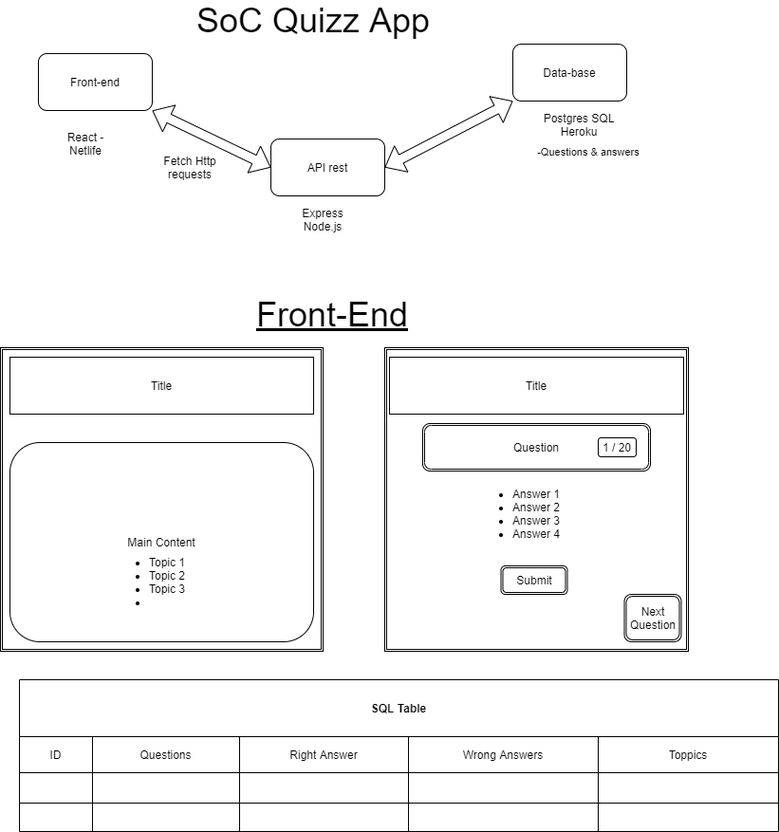
SchoolOfCode/national-project-week-repo-2-the-room-23 keeps this draw.io diagram as Quizz-diagram.drawio.png. Above is the earlier version. Source tidied: cells renumbered, new cells last; positions are measured from the earlier drawing's top-left corner, leaving out a move shared by most shapes. Its diagram source:
```xml
<mxGraphModel>
  <root>
    <mxCell id="0" />
    <mxCell id="1" parent="0" />
    <mxCell id="2" style="rounded=1;whiteSpace=wrap;html=1;" parent="1" vertex="1">
      <mxGeometry x="420" y="560" width="120" height="60" as="geometry" />
    </mxCell>
    <mxCell id="3" style="rounded=1;whiteSpace=wrap;html=1;" parent="1" vertex="1">
      <mxGeometry x="10" y="440" width="320" height="230" as="geometry" />
    </mxCell>
    <mxCell id="4" value="Front-end" style="rounded=1;whiteSpace=wrap;html=1;" parent="1" vertex="1">
      <mxGeometry x="40" y="50" width="120" height="60" as="geometry" />
    </mxCell>
    <mxCell id="5" value="API rest" style="rounded=1;whiteSpace=wrap;html=1;" parent="1" vertex="1">
      <mxGeometry x="285" y="140" width="120" height="60" as="geometry" />
    </mxCell>
    <mxCell id="6" value="Data-base" style="rounded=1;whiteSpace=wrap;html=1;" parent="1" vertex="1">
      <mxGeometry x="540" y="40" width="120" height="60" as="geometry" />
    </mxCell>
    <mxCell id="7" style="shape=flexArrow;endArrow=classic;startArrow=classic;html=1;entryX=0;entryY=0.5;entryDx=0;entryDy=0;exitX=1;exitY=1;exitDx=0;exitDy=0;" parent="1" edge="1" source="4" target="5">
      <mxGeometry relative="1" as="geometry" />
    </mxCell>
    <mxCell id="8" style="shape=flexArrow;endArrow=classic;startArrow=classic;html=1;entryX=0;entryY=1;entryDx=0;entryDy=0;" parent="1" edge="1" target="6">
      <mxGeometry relative="1" as="geometry">
        <mxPoint x="405" y="170" as="sourcePoint" />
      </mxGeometry>
    </mxCell>
    <mxCell id="9" value="&lt;font style=&quot;font-size: 36px&quot;&gt;SoC Quizz App&lt;/font&gt;" style="text;html=1;strokeColor=none;fillColor=none;align=center;verticalAlign=middle;whiteSpace=wrap;rounded=0;" parent="1" vertex="1">
      <mxGeometry x="110" width="440" height="30" as="geometry" />
    </mxCell>
    <mxCell id="10" value="&lt;font style=&quot;font-size: 11px&quot;&gt;-Questions &amp;amp; answers&lt;/font&gt;" style="text;html=1;strokeColor=none;fillColor=none;align=center;verticalAlign=middle;whiteSpace=wrap;rounded=0;fontSize=36;" parent="1" vertex="1">
      <mxGeometry x="550" y="130" width="140" height="30" as="geometry" />
    </mxCell>
    <mxCell id="11" value="SQL Table" style="shape=table;startSize=60;fontStyle=1;align=center;" parent="1" vertex="1">
      <mxGeometry x="20" y="710" width="800" height="160" as="geometry" />
    </mxCell>
    <mxCell id="12" style="shape=partialRectangle;html=1;whiteSpace=wrap;fillColor=none;top=0;left=0;bottom=0;right=0;" parent="11" vertex="1">
      <mxGeometry y="60" width="800" height="38" as="geometry" />
    </mxCell>
    <mxCell id="13" value="ID" style="shape=partialRectangle;html=1;whiteSpace=wrap;fillColor=none;top=0;left=0;bottom=0;right=0;overflow=hidden;" parent="12" vertex="1">
      <mxGeometry width="77" height="38" as="geometry" />
    </mxCell>
    <mxCell id="14" value="Questions" style="shape=partialRectangle;html=1;whiteSpace=wrap;fillColor=none;top=0;left=0;bottom=0;right=0;overflow=hidden;" parent="12" vertex="1">
      <mxGeometry x="77" width="155" height="38" as="geometry" />
    </mxCell>
    <mxCell id="15" value="Right Answer" style="shape=partialRectangle;html=1;whiteSpace=wrap;fillColor=none;top=0;left=0;bottom=0;right=0;overflow=hidden;" parent="12" vertex="1">
      <mxGeometry x="232" width="178" height="38" as="geometry" />
    </mxCell>
    <mxCell id="16" value="Wrong Answers" style="shape=partialRectangle;html=1;whiteSpace=wrap;fillColor=none;top=0;left=0;bottom=0;right=0;overflow=hidden;" parent="12" vertex="1">
      <mxGeometry x="410" width="200" height="38" as="geometry" />
    </mxCell>
    <mxCell id="17" value="Toppics" style="shape=partialRectangle;html=1;whiteSpace=wrap;fillColor=none;top=0;left=0;bottom=0;right=0;overflow=hidden;" parent="12" vertex="1">
      <mxGeometry x="610" width="190" height="38" as="geometry" />
    </mxCell>
    <mxCell id="18" style="shape=partialRectangle;html=1;whiteSpace=wrap;fillColor=none;top=0;left=0;bottom=0;right=0;" parent="11" vertex="1">
      <mxGeometry y="98" width="800" height="32" as="geometry" />
    </mxCell>
    <mxCell id="19" style="shape=partialRectangle;html=1;whiteSpace=wrap;fillColor=none;top=0;left=0;bottom=0;right=0;overflow=hidden;" parent="18" vertex="1">
      <mxGeometry width="77" height="32" as="geometry" />
    </mxCell>
    <mxCell id="20" style="shape=partialRectangle;html=1;whiteSpace=wrap;fillColor=none;top=0;left=0;bottom=0;right=0;overflow=hidden;" parent="18" vertex="1">
      <mxGeometry x="77" width="155" height="32" as="geometry" />
    </mxCell>
    <mxCell id="21" style="shape=partialRectangle;html=1;whiteSpace=wrap;fillColor=none;top=0;left=0;bottom=0;right=0;overflow=hidden;" parent="18" vertex="1">
      <mxGeometry x="232" width="178" height="32" as="geometry" />
    </mxCell>
    <mxCell id="22" style="shape=partialRectangle;html=1;whiteSpace=wrap;fillColor=none;top=0;left=0;bottom=0;right=0;overflow=hidden;" parent="18" vertex="1">
      <mxGeometry x="410" width="200" height="32" as="geometry" />
    </mxCell>
    <mxCell id="23" style="shape=partialRectangle;html=1;whiteSpace=wrap;fillColor=none;top=0;left=0;bottom=0;right=0;overflow=hidden;" parent="18" vertex="1">
      <mxGeometry x="610" width="190" height="32" as="geometry" />
    </mxCell>
    <mxCell id="24" style="shape=partialRectangle;html=1;whiteSpace=wrap;fillColor=none;top=0;left=0;bottom=0;right=0;" parent="11" vertex="1">
      <mxGeometry y="130" width="800" height="30" as="geometry" />
    </mxCell>
    <mxCell id="25" style="shape=partialRectangle;html=1;whiteSpace=wrap;fillColor=none;top=0;left=0;bottom=0;right=0;overflow=hidden;" parent="24" vertex="1">
      <mxGeometry width="77" height="30" as="geometry" />
    </mxCell>
    <mxCell id="26" style="shape=partialRectangle;html=1;whiteSpace=wrap;fillColor=none;top=0;left=0;bottom=0;right=0;overflow=hidden;" parent="24" vertex="1">
      <mxGeometry x="77" width="155" height="30" as="geometry" />
    </mxCell>
    <mxCell id="27" style="shape=partialRectangle;html=1;whiteSpace=wrap;fillColor=none;top=0;left=0;bottom=0;right=0;overflow=hidden;" parent="24" vertex="1">
      <mxGeometry x="232" width="178" height="30" as="geometry" />
    </mxCell>
    <mxCell id="28" style="shape=partialRectangle;html=1;whiteSpace=wrap;fillColor=none;top=0;left=0;bottom=0;right=0;overflow=hidden;" parent="24" vertex="1">
      <mxGeometry x="410" width="200" height="30" as="geometry" />
    </mxCell>
    <mxCell id="29" style="shape=partialRectangle;html=1;whiteSpace=wrap;fillColor=none;top=0;left=0;bottom=0;right=0;overflow=hidden;" parent="24" vertex="1">
      <mxGeometry x="610" width="190" height="30" as="geometry" />
    </mxCell>
    <mxCell id="30" style="shape=ext;double=1;whiteSpace=wrap;html=1;" parent="1" vertex="1">
      <mxGeometry x="405" y="360" width="320" height="320" as="geometry" />
    </mxCell>
    <mxCell id="31" value="Question" style="shape=ext;double=1;rounded=1;whiteSpace=wrap;html=1;" parent="1" vertex="1">
      <mxGeometry x="445" y="440" width="240" height="50" as="geometry" />
    </mxCell>
    <mxCell id="32" value="&lt;ul&gt;&lt;li&gt;Answer 1&lt;/li&gt;&lt;li&gt;Answer 2&lt;/li&gt;&lt;li&gt;Answer 3&lt;/li&gt;&lt;li&gt;Answer 4&lt;/li&gt;&lt;/ul&gt;" style="text;strokeColor=none;fillColor=none;html=1;whiteSpace=wrap;verticalAlign=middle;overflow=hidden;" parent="1" vertex="1">
      <mxGeometry x="497.5" y="480" width="135" height="110" as="geometry" />
    </mxCell>
    <mxCell id="33" value="Submit" style="shape=ext;double=1;rounded=1;whiteSpace=wrap;html=1;" parent="1" vertex="1">
      <mxGeometry x="527.5" y="590" width="70" height="30" as="geometry" />
    </mxCell>
    <mxCell id="34" value="Next Question" style="shape=ext;double=1;rounded=1;whiteSpace=wrap;html=1;" parent="1" vertex="1">
      <mxGeometry x="657.5" y="620" width="60" height="50" as="geometry" />
    </mxCell>
    <mxCell id="35" style="shape=ext;double=1;rounded=0;whiteSpace=wrap;html=1;" parent="1" vertex="1">
      <mxGeometry y="360" width="340" height="320" as="geometry" />
    </mxCell>
    <mxCell id="36" value="React - Netlife" style="text;html=1;strokeColor=none;fillColor=none;align=center;verticalAlign=middle;whiteSpace=wrap;rounded=0;" parent="1" vertex="1">
      <mxGeometry x="60" y="130" width="60" height="30" as="geometry" />
    </mxCell>
    <mxCell id="37" value="Title" style="rounded=0;whiteSpace=wrap;html=1;" parent="1" vertex="1">
      <mxGeometry x="10" y="370" width="320" height="60" as="geometry" />
    </mxCell>
    <mxCell id="38" value="Main Content" style="rounded=1;whiteSpace=wrap;html=1;" parent="1" vertex="1">
      <mxGeometry x="10" y="460" width="320" height="210" as="geometry" />
    </mxCell>
    <mxCell id="39" value="&lt;ul&gt;&lt;li&gt;Topic 1&lt;/li&gt;&lt;li&gt;Topic 2&lt;/li&gt;&lt;li&gt;Topic 3&lt;/li&gt;&lt;li&gt;&lt;br&gt;&lt;/li&gt;&lt;/ul&gt;" style="text;strokeColor=none;fillColor=none;html=1;whiteSpace=wrap;verticalAlign=middle;overflow=hidden;" parent="1" vertex="1">
      <mxGeometry x="115" y="565" width="110" height="80" as="geometry" />
    </mxCell>
    <mxCell id="40" value="Fetch Http requests" style="text;html=1;strokeColor=none;fillColor=none;align=center;verticalAlign=middle;whiteSpace=wrap;rounded=0;" parent="1" vertex="1">
      <mxGeometry x="170" y="155" width="60" height="30" as="geometry" />
    </mxCell>
    <mxCell id="41" value="Express Node.js" style="text;html=1;strokeColor=none;fillColor=none;align=center;verticalAlign=middle;whiteSpace=wrap;rounded=0;" parent="1" vertex="1">
      <mxGeometry x="310" y="210" width="60" height="30" as="geometry" />
    </mxCell>
    <mxCell id="42" value="Postgres SQL Heroku" style="text;html=1;strokeColor=none;fillColor=none;align=center;verticalAlign=middle;whiteSpace=wrap;rounded=0;" parent="1" vertex="1">
      <mxGeometry x="560" y="100" width="100" height="50" as="geometry" />
    </mxCell>
    <mxCell id="43" value="Title" style="rounded=0;whiteSpace=wrap;html=1;" parent="1" vertex="1">
      <mxGeometry x="410" y="370" width="310" height="60" as="geometry" />
    </mxCell>
    <mxCell id="44" value="1 / 20" style="rounded=1;whiteSpace=wrap;html=1;" parent="1" vertex="1">
      <mxGeometry x="630" y="455" width="40" height="20" as="geometry" />
    </mxCell>
    <mxCell id="45" value="&lt;font style=&quot;font-size: 36px&quot;&gt;&lt;u&gt;Front-End&lt;/u&gt;&lt;/font&gt;" style="text;html=1;strokeColor=none;fillColor=none;align=center;verticalAlign=middle;whiteSpace=wrap;rounded=0;" parent="1" vertex="1">
      <mxGeometry x="225" y="310" width="250" height="30" as="geometry" />
    </mxCell>
  </root>
</mxGraphModel>
```
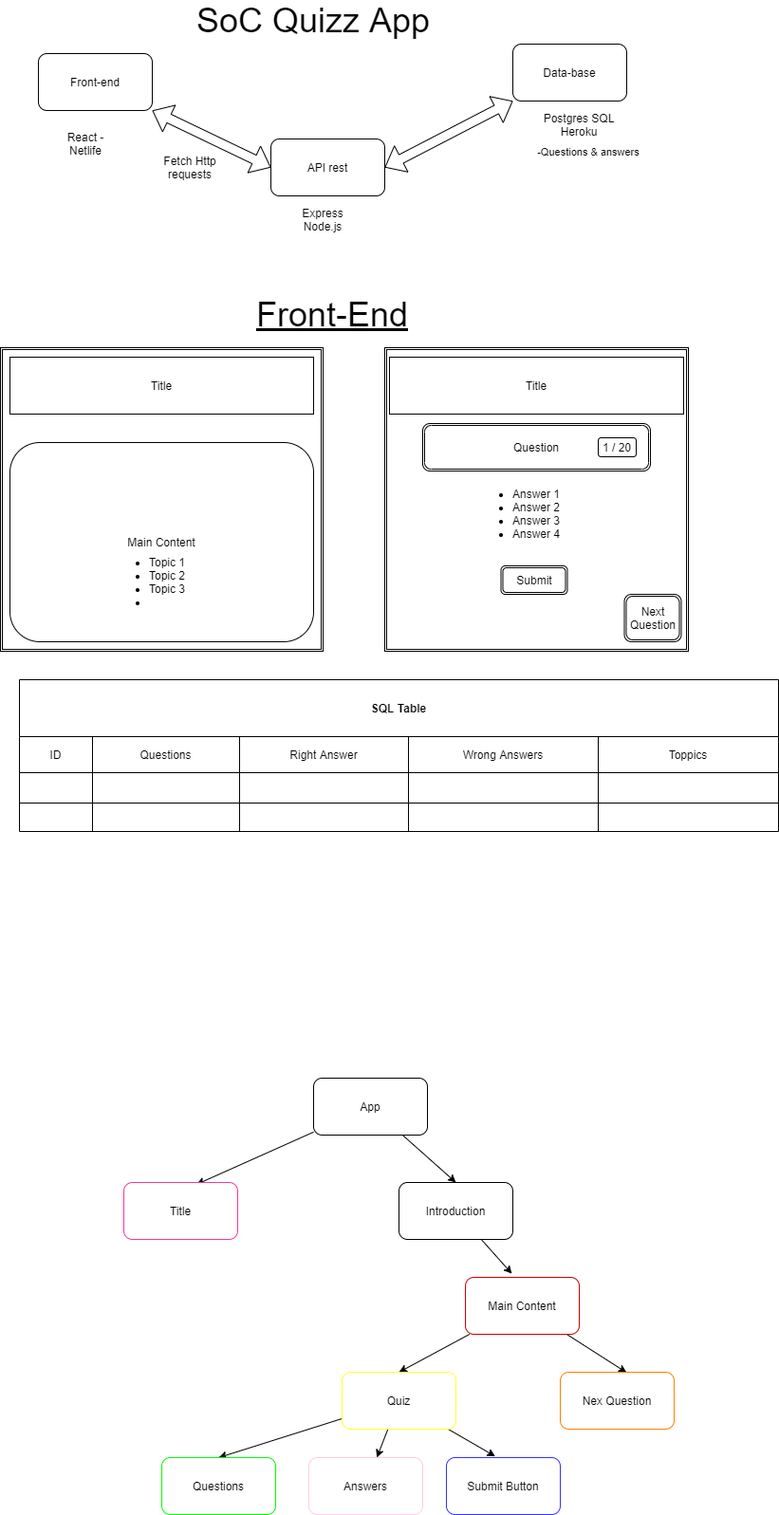
The same file after the commit.

What changed in the source:
```diff
@@ -136,5 +136,56 @@
     <mxCell id="45" value="&lt;font style=&quot;font-size: 36px&quot;&gt;&lt;u&gt;Front-End&lt;/u&gt;&lt;/font&gt;" style="text;html=1;strokeColor=none;fillColor=none;align=center;verticalAlign=middle;whiteSpace=wrap;rounded=0;" parent="1" vertex="1">
       <mxGeometry x="225" y="310" width="250" height="30" as="geometry" />
     </mxCell>
+    <mxCell id="46" style="edgeStyle=none;html=1;entryX=0.638;entryY=0.034;entryDx=0;entryDy=0;entryPerimeter=0;" parent="1" edge="1" source="48" target="49">
+      <mxGeometry relative="1" as="geometry" />
+    </mxCell>
+    <mxCell id="47" style="edgeStyle=none;html=1;entryX=0.5;entryY=0;entryDx=0;entryDy=0;" parent="1" edge="1" source="48" target="51">
+      <mxGeometry relative="1" as="geometry" />
+    </mxCell>
+    <mxCell id="48" value="App" style="rounded=1;whiteSpace=wrap;html=1;" parent="1" vertex="1">
+      <mxGeometry x="330" y="1130" width="120" height="60" as="geometry" />
+    </mxCell>
+    <mxCell id="49" value="Title" style="rounded=1;whiteSpace=wrap;html=1;strokeColor=#FF3399;" parent="1" vertex="1">
+      <mxGeometry x="130" y="1240" width="120" height="60" as="geometry" />
+    </mxCell>
+    <mxCell id="50" style="edgeStyle=none;html=1;entryX=0.408;entryY=-0.064;entryDx=0;entryDy=0;entryPerimeter=0;" parent="1" edge="1" source="51" target="54">
+      <mxGeometry relative="1" as="geometry" />
+    </mxCell>
+    <mxCell id="51" value="Introduction" style="rounded=1;whiteSpace=wrap;html=1;" parent="1" vertex="1">
+      <mxGeometry x="420" y="1240" width="120" height="60" as="geometry" />
+    </mxCell>
+    <mxCell id="52" style="edgeStyle=none;html=1;entryX=0.5;entryY=0;entryDx=0;entryDy=0;" parent="1" edge="1" source="54" target="58">
+      <mxGeometry relative="1" as="geometry" />
+    </mxCell>
+    <mxCell id="53" style="edgeStyle=none;html=1;entryX=0.582;entryY=0.006;entryDx=0;entryDy=0;entryPerimeter=0;" parent="1" edge="1" source="54" target="59">
+      <mxGeometry relative="1" as="geometry" />
+    </mxCell>
+    <mxCell id="54" value="Main Content" style="rounded=1;whiteSpace=wrap;html=1;strokeColor=#CC0000;" parent="1" vertex="1">
+      <mxGeometry x="490" y="1340" width="120" height="60" as="geometry" />
+    </mxCell>
+    <mxCell id="55" style="edgeStyle=none;html=1;entryX=0.5;entryY=0;entryDx=0;entryDy=0;" parent="1" edge="1" source="58" target="60">
+      <mxGeometry relative="1" as="geometry" />
+    </mxCell>
+    <mxCell id="56" style="edgeStyle=none;html=1;" parent="1" edge="1" source="58" target="61">
+      <mxGeometry relative="1" as="geometry" />
+    </mxCell>
+    <mxCell id="57" style="edgeStyle=none;html=1;entryX=0.429;entryY=-0.022;entryDx=0;entryDy=0;entryPerimeter=0;" parent="1" edge="1" source="58" target="62">
+      <mxGeometry relative="1" as="geometry" />
+    </mxCell>
+    <mxCell id="58" value="Quiz" style="rounded=1;whiteSpace=wrap;html=1;strokeColor=#FFFF33;" parent="1" vertex="1">
+      <mxGeometry x="360" y="1440" width="120" height="60" as="geometry" />
+    </mxCell>
+    <mxCell id="59" value="Nex Question" style="rounded=1;whiteSpace=wrap;html=1;strokeColor=#FF8000;" parent="1" vertex="1">
+      <mxGeometry x="590" y="1440" width="120" height="60" as="geometry" />
+    </mxCell>
+    <mxCell id="60" value="Questions" style="rounded=1;whiteSpace=wrap;html=1;strokeColor=#00FF00;" parent="1" vertex="1">
+      <mxGeometry x="170" y="1530" width="120" height="60" as="geometry" />
+    </mxCell>
+    <mxCell id="61" value="Answers" style="rounded=1;whiteSpace=wrap;html=1;strokeColor=#FFCCE6;" parent="1" vertex="1">
+      <mxGeometry x="325" y="1530" width="120" height="60" as="geometry" />
+    </mxCell>
+    <mxCell id="62" value="Submit Button" style="rounded=1;whiteSpace=wrap;html=1;strokeColor=#3333FF;" parent="1" vertex="1">
+      <mxGeometry x="470" y="1530" width="120" height="60" as="geometry" />
+    </mxCell>
   </root>
 </mxGraphModel>
```
